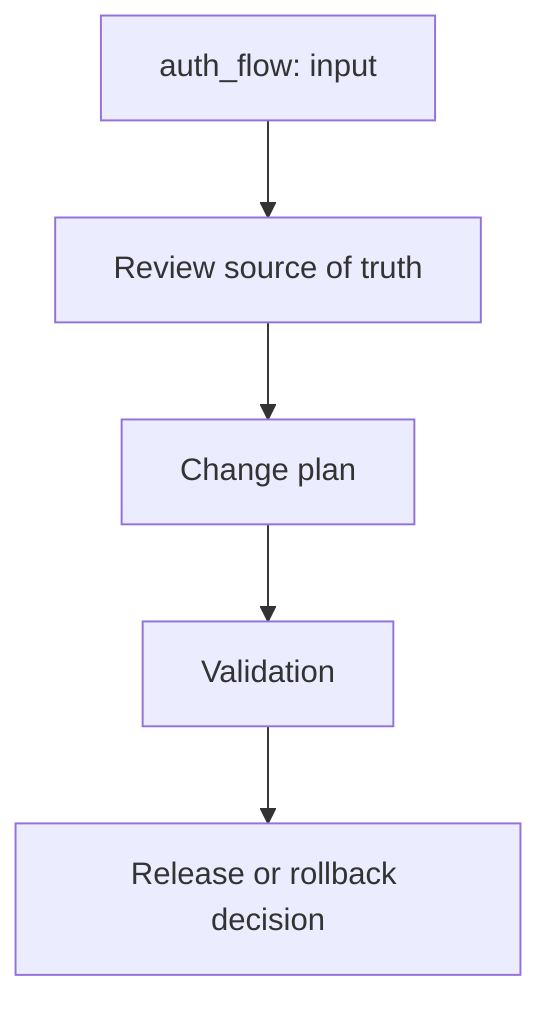
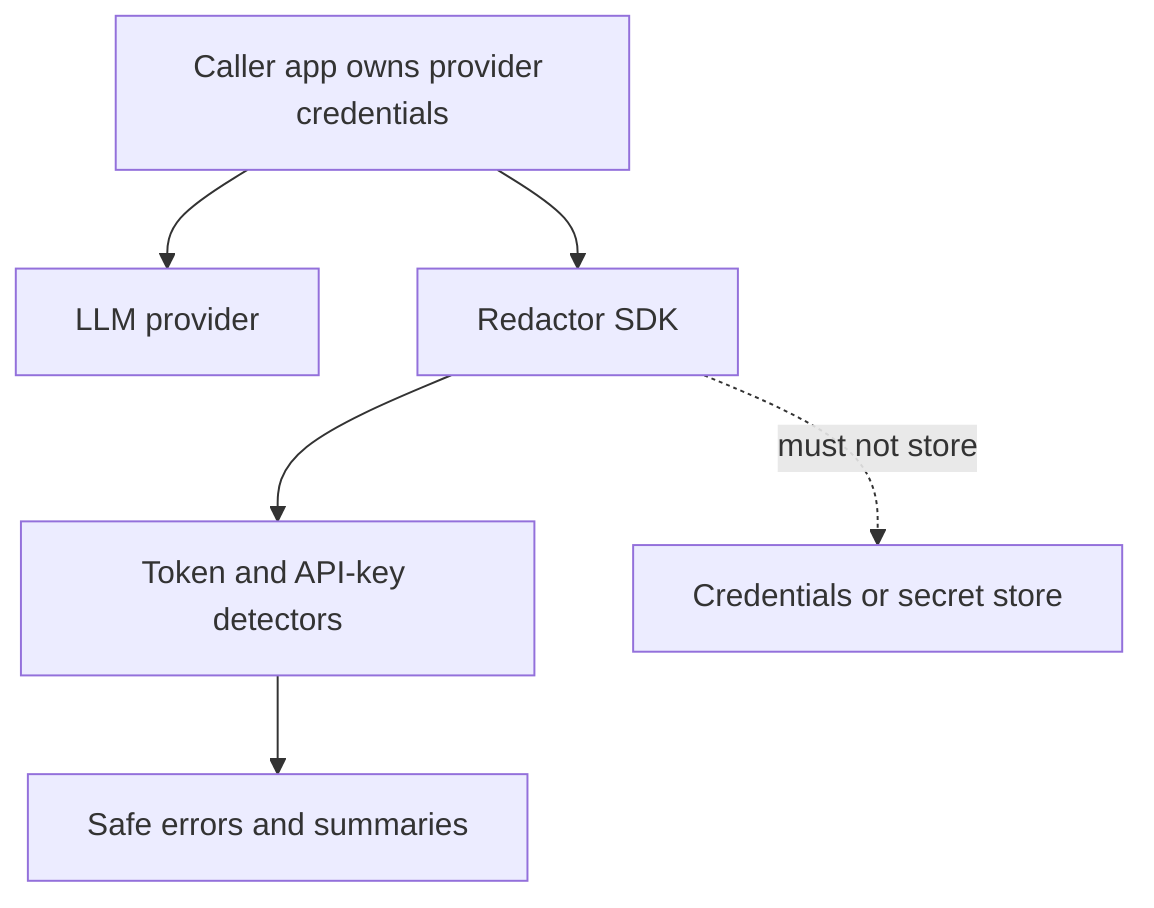
flowchart TD
-   A["auth_flow: input"] --> B["Review source of truth"]
-   B --> C["Change plan"]
-   C --> D["Validation"]
-   D --> E["Release or rollback decision"]
+   App["Caller app owns provider credentials"] --> Provider["LLM provider"]
+   App --> Redactor["Redactor SDK"]
+   Redactor --> Detector["Token and API-key detectors"]
+   Detector --> SafeError["Safe errors and summaries"]
+   Redactor -. "must not store" .-> SecretStore["Credentials or secret store"]
